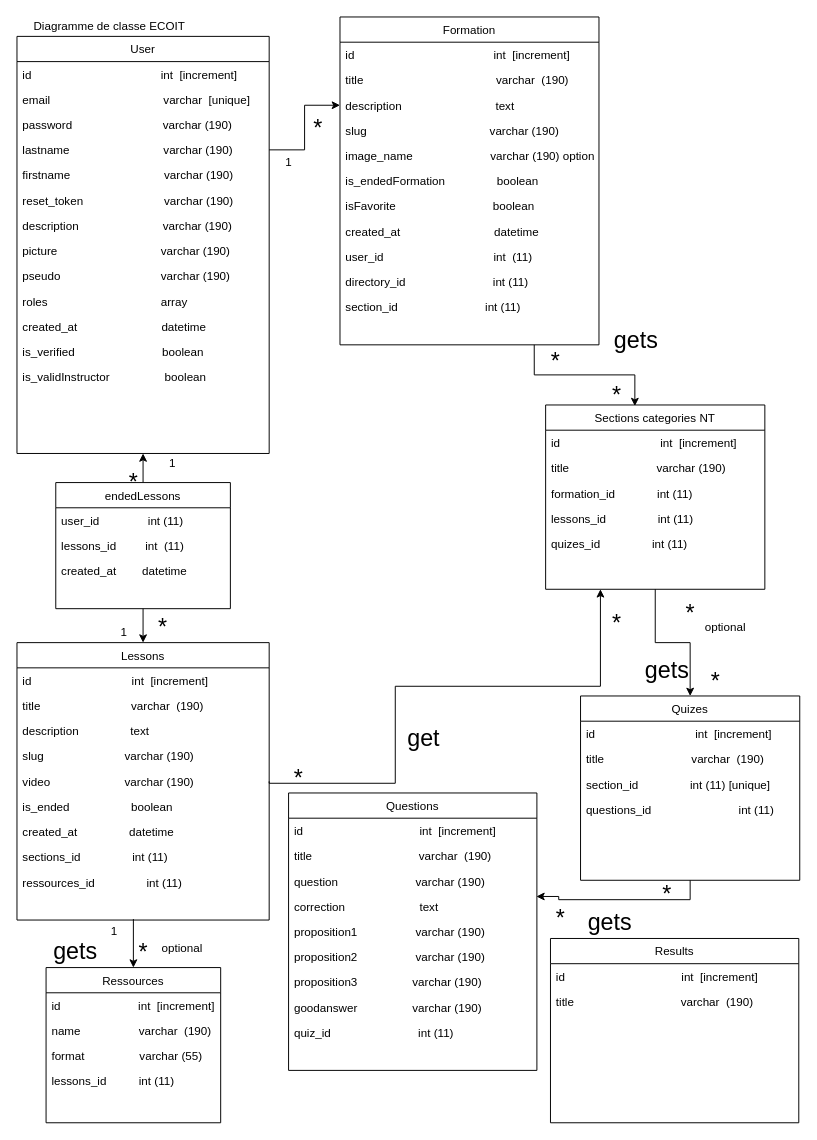
Earlier version of the draw.io diagram ECO IT/diag_de_classe_ecoit.drawio (cyrisa02/diagrammes-UML). Source tidied: cells renumbered, new cells numbered last; positions are measured from the earlier drawing's top-left corner, leaving out a move shared by most shapes. Both pictures are drawn from the tidied source at 97%, with x=0, y=0 at pixel (16, 16).
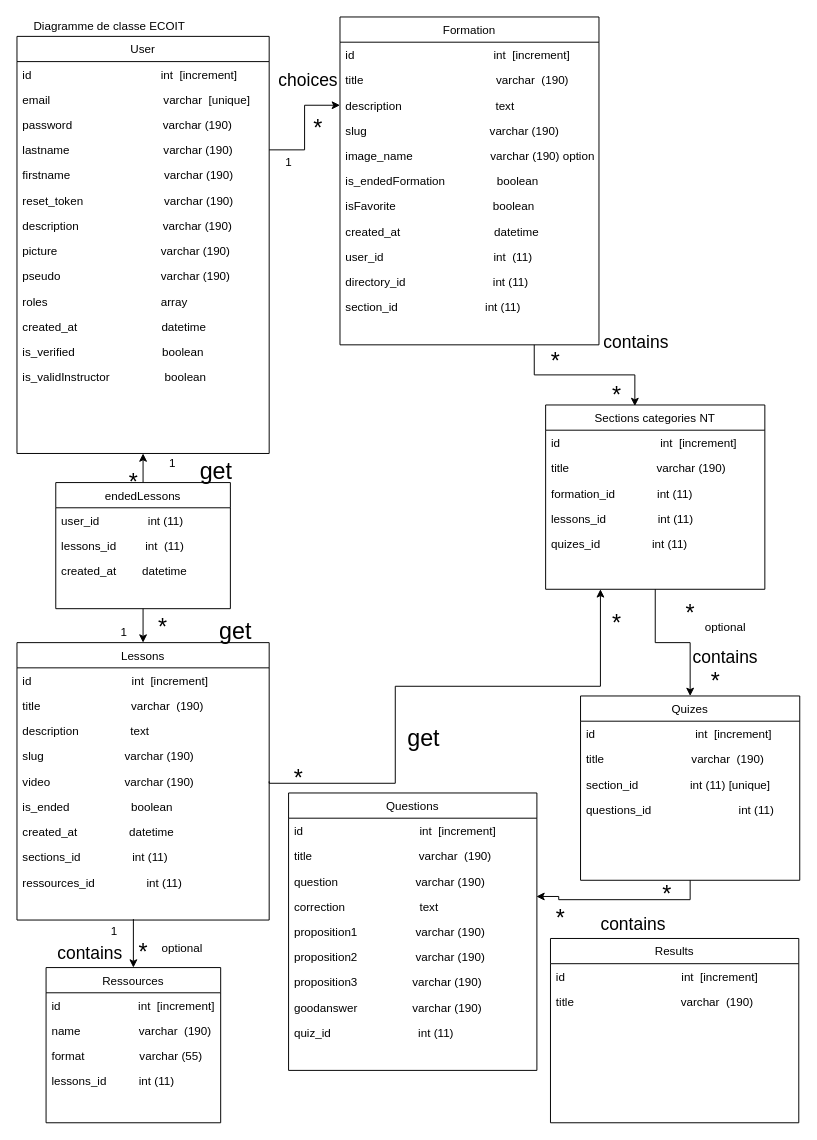
The same page after the edit.

Commit message:
Mettre à jour diag_de_classe_ecoit.drawio

What changed in the source:
```diff
@@
-    <mxCell id="78" value="&lt;font style=&quot;font-size: 24px;&quot;&gt;get&lt;/font&gt;&lt;font style=&quot;font-size: 24px;&quot;&gt;s&lt;/font&gt;" style="text;html=1;align=center;verticalAlign=middle;fillColor=none;strokeColor=none;rounded=0;fontSize=48;" parent="1" vertex="1">
-      <mxGeometry x="608" y="290" width="60" height="70" as="geometry" />
+    <mxCell id="78" value="&lt;font style=&quot;font-size: 18px;&quot;&gt;contains&lt;/font&gt;" style="text;html=1;align=center;verticalAlign=middle;fillColor=none;strokeColor=none;rounded=0;fontSize=48;" parent="1" vertex="1">
+      <mxGeometry x="593" y="290" width="90" height="70" as="geometry" />
     </mxCell>
-    <mxCell id="79" value="&lt;font style=&quot;font-size: 24px;&quot;&gt;get&lt;/font&gt;&lt;font style=&quot;font-size: 24px;&quot;&gt;s&lt;/font&gt;" style="text;html=1;align=center;verticalAlign=middle;fillColor=none;strokeColor=none;rounded=0;fontSize=48;" parent="1" vertex="1">
-      <mxGeometry x="640" y="630" width="60" height="70" as="geometry" />
-    </mxCell>
@@
-    <mxCell id="81" value="&lt;font style=&quot;font-size: 24px;&quot;&gt;get&lt;/font&gt;&lt;font style=&quot;font-size: 24px;&quot;&gt;s&lt;/font&gt;" style="text;html=1;align=center;verticalAlign=middle;fillColor=none;strokeColor=none;rounded=0;fontSize=48;" parent="1" vertex="1">
-      <mxGeometry x="30" y="920" width="60" height="70" as="geometry" />
-    </mxCell>
-    <mxCell id="82" value="&lt;font style=&quot;font-size: 24px;&quot;&gt;get&lt;/font&gt;&lt;font style=&quot;font-size: 24px;&quot;&gt;s&lt;/font&gt;" style="text;html=1;align=center;verticalAlign=middle;fillColor=none;strokeColor=none;rounded=0;fontSize=48;" parent="1" vertex="1">
-      <mxGeometry x="581" y="890" width="60" height="70" as="geometry" />
-    </mxCell>
@@
+    <mxCell id="103" value="&lt;font style=&quot;font-size: 18px;&quot;&gt;choices&lt;/font&gt;" style="text;html=1;align=center;verticalAlign=middle;fillColor=none;strokeColor=none;rounded=0;fontSize=48;" parent="1" vertex="1">
+      <mxGeometry x="260" y="20" width="80" height="70" as="geometry" />
+    </mxCell>
+    <mxCell id="104" value="&lt;font style=&quot;font-size: 18px;&quot;&gt;contains&lt;/font&gt;" style="text;html=1;align=center;verticalAlign=middle;fillColor=none;strokeColor=none;rounded=0;fontSize=48;" parent="1" vertex="1">
+      <mxGeometry x="685" y="615" width="90" height="70" as="geometry" />
+    </mxCell>
+    <mxCell id="105" value="&lt;font style=&quot;font-size: 18px;&quot;&gt;contains&lt;/font&gt;" style="text;html=1;align=center;verticalAlign=middle;fillColor=none;strokeColor=none;rounded=0;fontSize=48;" parent="1" vertex="1">
+      <mxGeometry x="590" y="890" width="90" height="70" as="geometry" />
+    </mxCell>
+    <mxCell id="106" value="&lt;font style=&quot;font-size: 18px;&quot;&gt;contains&lt;/font&gt;" style="text;html=1;align=center;verticalAlign=middle;fillColor=none;strokeColor=none;rounded=0;fontSize=48;" parent="1" vertex="1">
+      <mxGeometry x="30" y="920" width="90" height="70" as="geometry" />
+    </mxCell>
+    <mxCell id="107" value="&lt;font style=&quot;font-size: 24px;&quot;&gt;get&lt;/font&gt;" style="text;html=1;align=center;verticalAlign=middle;fillColor=none;strokeColor=none;rounded=0;fontSize=48;" parent="1" vertex="1">
+      <mxGeometry x="200" y="590" width="50" height="70" as="geometry" />
+    </mxCell>
+    <mxCell id="108" value="&lt;font style=&quot;font-size: 24px;&quot;&gt;get&lt;/font&gt;" style="text;html=1;align=center;verticalAlign=middle;fillColor=none;strokeColor=none;rounded=0;fontSize=48;" parent="1" vertex="1">
+      <mxGeometry x="180" y="425" width="50" height="70" as="geometry" />
+    </mxCell>
```
